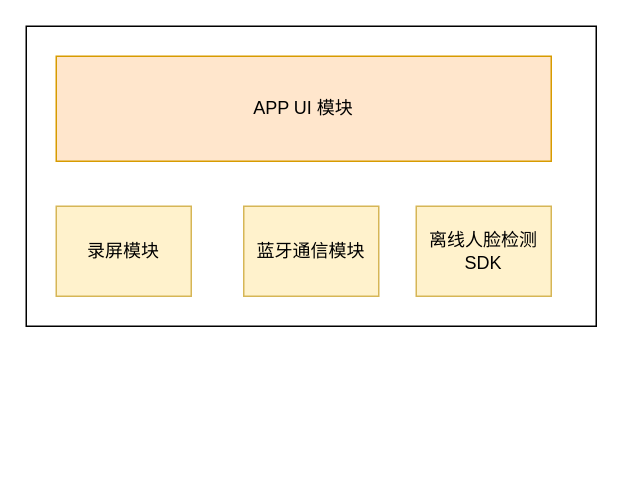
Earlier version of the draw.io diagram page "第 1 页" (1 of 2) of T2093.drawio (liuao2010/drawio). Source tidied: cells renumbered, new cells numbered last; positions are measured from the earlier drawing's top-left corner, leaving out a move shared by most shapes. Both pictures are drawn from the tidied source at 150%, with x=0, y=0 at pixel (26, 26).
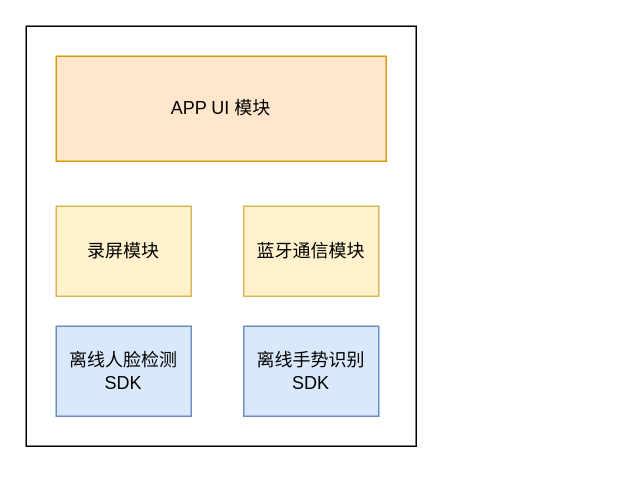
The same diagram, later.

Change to the diagram source:
```diff
@@
 <mxGraphModel>
   <root>
     <mxCell id="0" />
     <mxCell id="1" parent="0" />
     <mxCell id="2" style="rounded=0;whiteSpace=wrap;html=1;" parent="1" vertex="1">
-      <mxGeometry width="380" height="200" as="geometry" />
+      <mxGeometry width="260" height="280" as="geometry" />
     </mxCell>
     <mxCell id="3" value="录屏模块" style="rounded=0;whiteSpace=wrap;html=1;fillColor=#fff2cc;strokeColor=#d6b656;" parent="1" vertex="1">
       <mxGeometry x="20" y="120" width="90" height="60" as="geometry" />
     </mxCell>
     <mxCell id="4" value="蓝牙通信模块" style="rounded=0;whiteSpace=wrap;html=1;fillColor=#fff2cc;strokeColor=#d6b656;" parent="1" vertex="1">
       <mxGeometry x="145" y="120" width="90" height="60" as="geometry" />
     </mxCell>
-    <mxCell id="5" value="离线人脸检测 SDK" style="rounded=0;whiteSpace=wrap;html=1;fillColor=#fff2cc;strokeColor=#d6b656;" parent="1" vertex="1">
-      <mxGeometry x="260" y="120" width="90" height="60" as="geometry" />
+    <mxCell id="5" value="离线人脸检测 SDK" style="rounded=0;whiteSpace=wrap;html=1;fillColor=#dae8fc;strokeColor=#6c8ebf;" parent="1" vertex="1">
+      <mxGeometry x="20" y="200" width="90" height="60" as="geometry" />
     </mxCell>
     <mxCell id="6" value="APP UI 模块" style="rounded=0;whiteSpace=wrap;html=1;fillColor=#ffe6cc;strokeColor=#d79b00;" parent="1" vertex="1">
-      <mxGeometry x="20" y="20" width="330" height="70" as="geometry" />
+      <mxGeometry x="20" y="20" width="220" height="70" as="geometry" />
     </mxCell>
     <mxCell id="7" style="edgeStyle=orthogonalEdgeStyle;rounded=0;orthogonalLoop=1;jettySize=auto;html=1;exitX=0.5;exitY=1;exitDx=0;exitDy=0;" parent="1" edge="1" source="2" target="2">
       <mxGeometry relative="1" as="geometry" />
     </mxCell>
+    <mxCell id="8" value="离线手势识别 SDK" style="rounded=0;whiteSpace=wrap;html=1;fillColor=#dae8fc;strokeColor=#6c8ebf;" parent="1" vertex="1">
+      <mxGeometry x="145" y="200" width="90" height="60" as="geometry" />
+    </mxCell>
   </root>
 </mxGraphModel>
```
